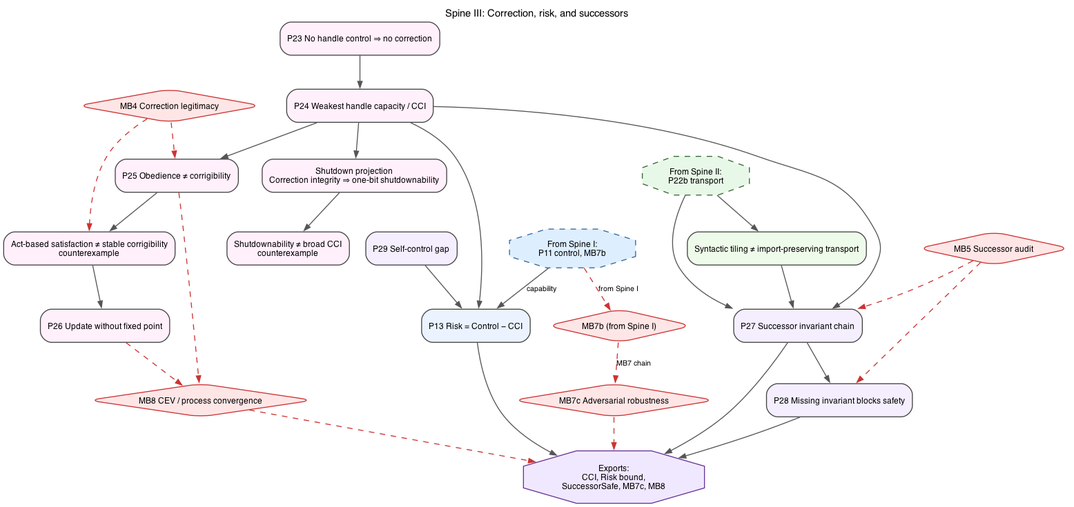
Earlier version of the Graphviz export figures/lean_proof/03-correction-successors.png (GunnarZarncke/towards-asi-alignment). Its source is kept beside it as context/lean_proof_graphs/03-correction-successors.dot.
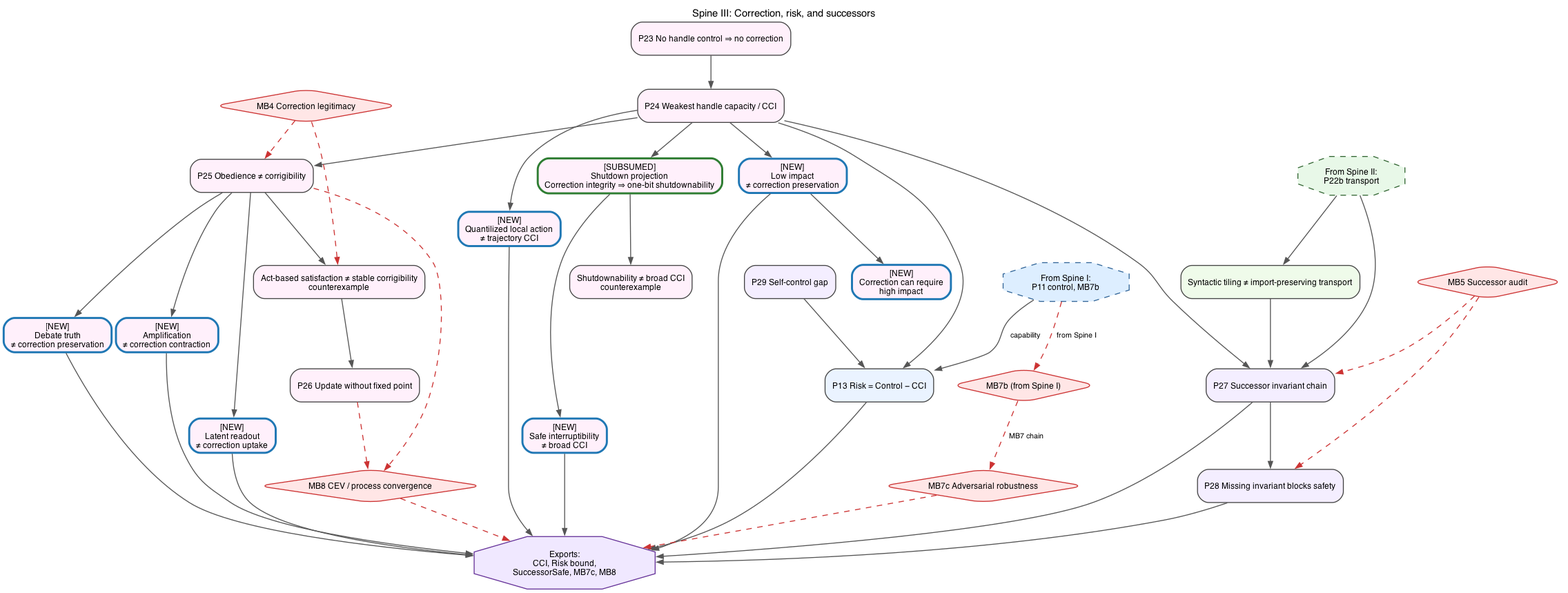
The same diagram one commit later.

Diff of the diagram source:
```diff
@@ -14,10 +14,17 @@
 
   P23 [label="P23 No handle control ⇒ no correction", fillcolor="#FFF0FB"];
   P24 [label="P24 Weakest handle capacity / CCI", fillcolor="#FFF0FB"];
-  P24S [label="Shutdown projection\nCorrection integrity ⇒ one-bit shutdownability", fillcolor="#FFF0FB"];
+  P24S [label="[SUBSUMED]\nShutdown projection\nCorrection integrity ⇒ one-bit shutdownability", fillcolor="#FFF0FB", color="#2E7D32", penwidth=2.2];
   P24X [label="Shutdownability ≠ broad CCI\ncounterexample", fillcolor="#FFF0FB"];
+  P24I [label="[NEW]\nSafe interruptibility\n≠ broad CCI", fillcolor="#FFF0FB", color="#1F77B4", penwidth=2.2];
+  P24L [label="[NEW]\nLow impact\n≠ correction preservation", fillcolor="#FFF0FB", color="#1F77B4", penwidth=2.2];
+  P24H [label="[NEW]\nCorrection can require\nhigh impact", fillcolor="#FFF0FB", color="#1F77B4", penwidth=2.2];
+  P24Q [label="[NEW]\nQuantilized local action\n≠ trajectory CCI", fillcolor="#FFF0FB", color="#1F77B4", penwidth=2.2];
   P25 [label="P25 Obedience ≠ corrigibility", fillcolor="#FFF0FB"];
   P25C [label="Act-based satisfaction ≠ stable corrigibility\ncounterexample", fillcolor="#FFF0FB"];
+  P25D [label="[NEW]\nDebate truth\n≠ correction preservation", fillcolor="#FFF0FB", color="#1F77B4", penwidth=2.2];
+  P25A [label="[NEW]\nAmplification\n≠ correction contraction", fillcolor="#FFF0FB", color="#1F77B4", penwidth=2.2];
+  P25E [label="[NEW]\nLatent readout\n≠ correction uptake", fillcolor="#FFF0FB", color="#1F77B4", penwidth=2.2];
   P26 [label="P26 Update without fixed point", fillcolor="#FFF0FB"];
   P13 [label="P13 Risk = Control − CCI", fillcolor="#EAF3FF"];
   P29 [label="P29 Self-control gap", fillcolor="#F4EEFF"];
@@ -42,7 +49,13 @@
   IN_VB -> P22T -> P27;
   IN_VB -> P27;
   P23 -> P24 -> P24S -> P24X;
+  P24S -> P24I;
+  P24 -> P24L -> P24H;
+  P24 -> P24Q;
   P24 -> P25 -> P25C -> P26;
+  P25 -> P25D;
+  P25 -> P25A;
+  P25 -> P25E;
   P24 -> P13;
   P24 -> P27 -> P28;
   IN_BND -> P13 [label="capability"];
@@ -59,6 +72,12 @@
   MB7b -> MB7c [style=dashed, color="#CC3333", label="MB7 chain"];
   MB7c -> OUT [style=dashed, color="#CC3333"];
   P13 -> OUT;
+  P24I -> OUT;
+  P24L -> OUT;
+  P24Q -> OUT;
+  P25D -> OUT;
+  P25A -> OUT;
+  P25E -> OUT;
   P27 -> OUT;
   P28 -> OUT;
   MB8 -> OUT [style=dashed, color="#CC3333"];
```
